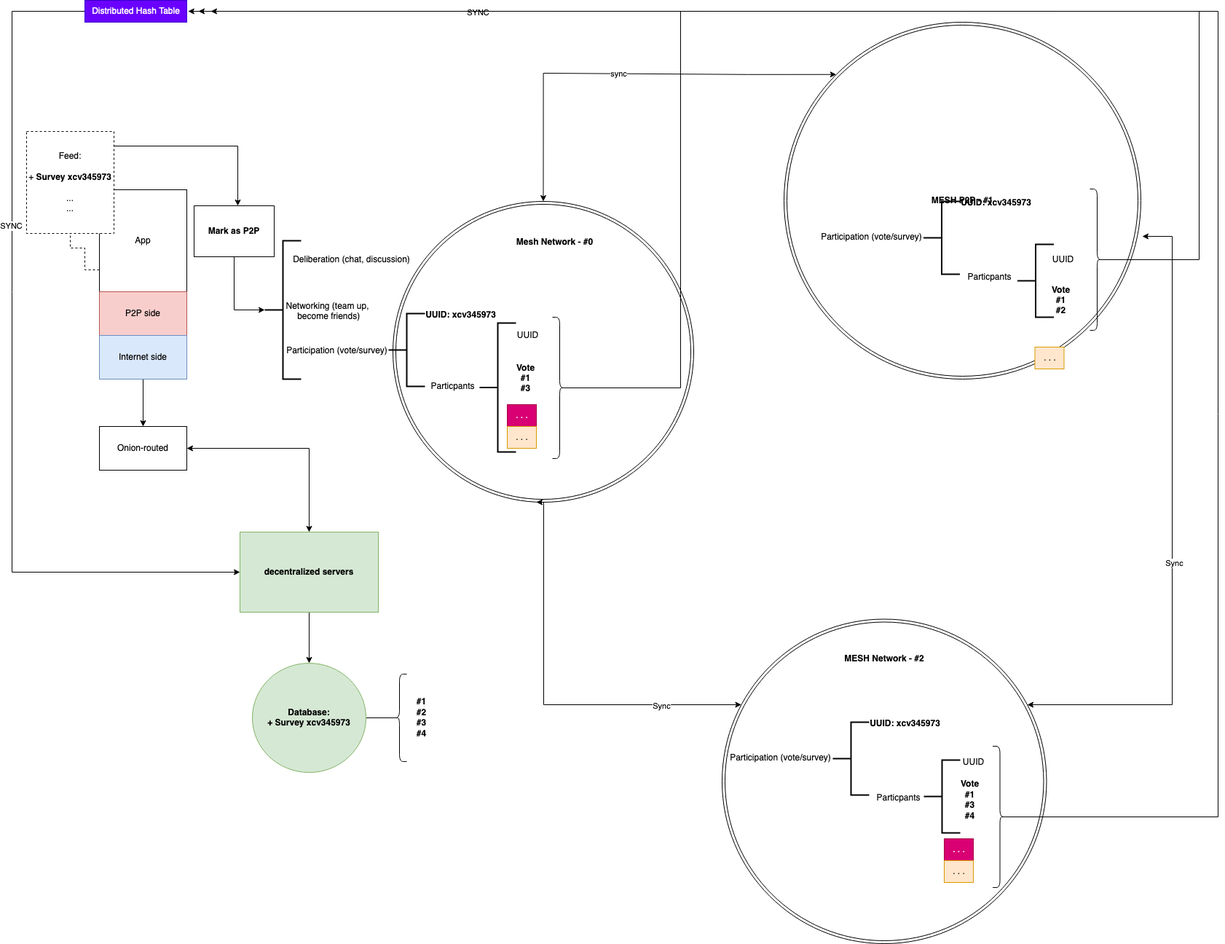
tcfev/Fordem keeps this draw.io diagram as .assets/forDem-P2P-DHT-Diagramm.drawio.png. Above is the earlier version. Source tidied: cells renumbered, new cells last; positions are measured from the earlier drawing's top-left corner, leaving out a move shared by most shapes.
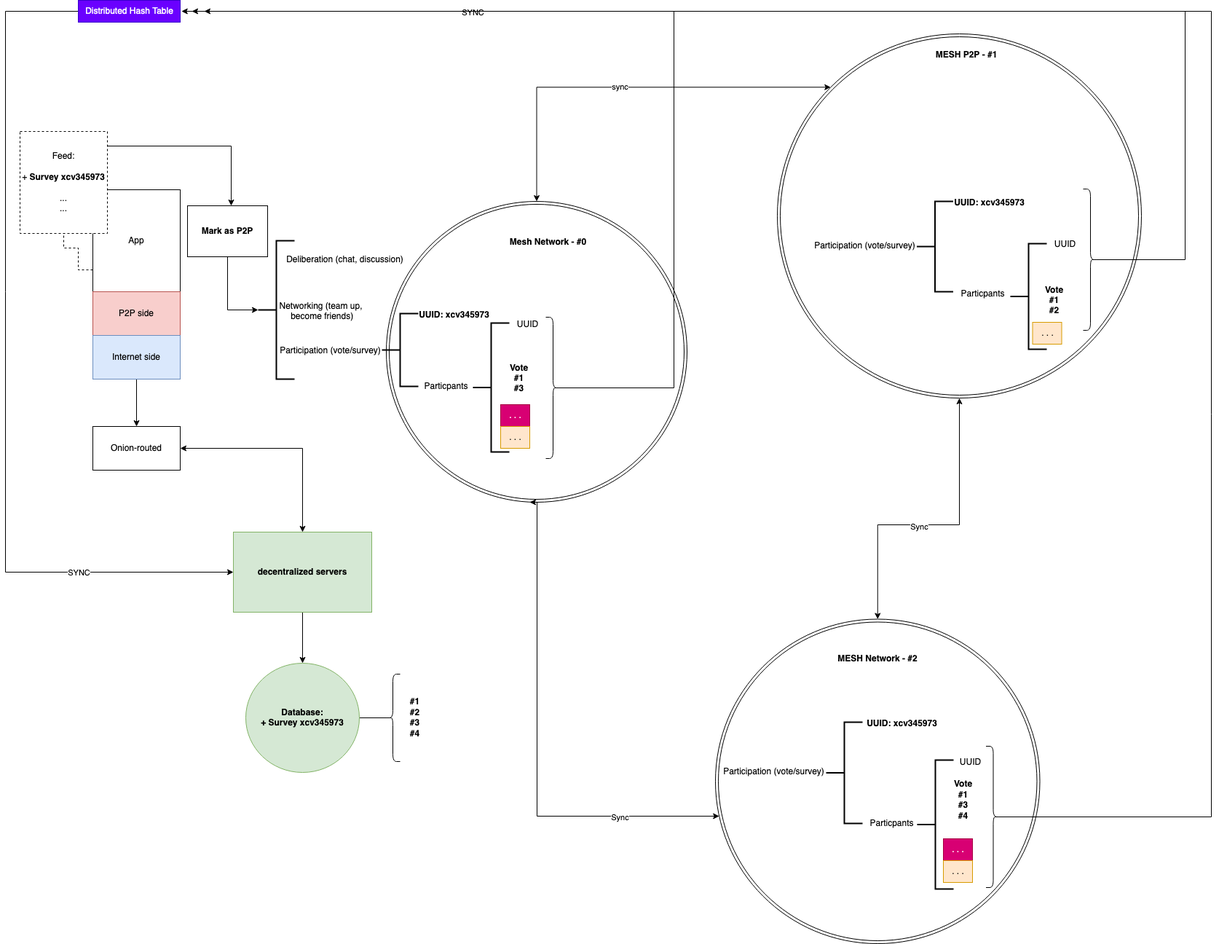
Above is the later version.

The edit, as a diff of the source:
```diff
@@ -14,7 +14,9 @@
       </mxGeometry>
     </mxCell>
     <mxCell id="4" value="SYNC" style="edgeLabel;html=1;align=center;verticalAlign=middle;" parent="3" vertex="1">
-      <mxGeometry x="-0.33" y="-2" relative="1" as="geometry" />
+      <mxGeometry x="-0.33" y="-2" relative="1" as="geometry">
+        <mxPoint x="102" y="475" as="offset" />
+      </mxGeometry>
     </mxCell>
     <mxCell id="5" value="Distributed Hash Table" style="text;html=1;align=center;verticalAlign=middle;points=[];strokeColor=#3700CC;fillColor=#6a00ff;fontColor=#ffffff;" parent="1" vertex="1">
       <mxGeometry x="100" width="140" height="30" as="geometry" />
@@ -68,7 +70,7 @@
       <mxGeometry x="642" y="443" width="50" height="177" as="geometry" />
     </mxCell>
     <mxCell id="20" value="UUID" style="text;html=1;align=center;verticalAlign=middle;strokeColor=none;fillColor=none;" parent="1" vertex="1">
-      <mxGeometry x="683" y="445" width="50" height="30" as="geometry" />
+      <mxGeometry x="692" y="430" width="50" height="30" as="geometry" />
     </mxCell>
     <mxCell id="21" value="&lt;div&gt;&lt;b&gt;Vote&lt;/b&gt;&lt;/div&gt;&lt;div&gt;&lt;b&gt;#1&lt;/b&gt;&lt;/div&gt;&lt;div&gt;&lt;b&gt;#3&lt;br&gt;&lt;/b&gt;&lt;/div&gt;" style="text;html=1;align=center;verticalAlign=middle;strokeColor=none;fillColor=none;" parent="1" vertex="1">
       <mxGeometry x="680" y="489" width="50" height="60" as="geometry" />
@@ -129,7 +131,7 @@
       <mxGeometry relative="1" as="geometry">
         <mxPoint x="720" y="689" as="targetPoint" />
         <Array as="points">
-          <mxPoint x="730" y="967" />
+          <mxPoint x="730" y="1120" />
           <mxPoint x="730" y="689" />
         </Array>
       </mxGeometry>
@@ -137,11 +139,11 @@
     <mxCell id="37" value="Sync" style="edgeLabel;html=1;align=center;verticalAlign=middle;" parent="36" vertex="1">
       <mxGeometry x="-0.6" y="1" relative="1" as="geometry" />
     </mxCell>
-    <mxCell id="38" style="edgeStyle=orthogonalEdgeStyle;rounded=0;jettySize=auto;html=1;entryX=1.004;entryY=0.6;entryDx=0;entryDy=0;startArrow=classic;startFill=1;entryPerimeter=0;" parent="1" edge="1" source="40" target="43">
+    <mxCell id="38" style="edgeStyle=orthogonalEdgeStyle;rounded=0;jettySize=auto;html=1;entryX=0.5;entryY=1;entryDx=0;entryDy=0;startArrow=classic;startFill=1;exitX=0.5;exitY=0;exitDx=0;exitDy=0;" parent="1" edge="1" source="40" target="43">
       <mxGeometry relative="1" as="geometry">
         <Array as="points">
-          <mxPoint x="1593" y="967" />
-          <mxPoint x="1593" y="324" />
+          <mxPoint x="1198" y="720" />
+          <mxPoint x="1310" y="720" />
         </Array>
       </mxGeometry>
     </mxCell>
@@ -154,8 +156,7 @@
     <mxCell id="41" style="edgeStyle=orthogonalEdgeStyle;rounded=0;jettySize=auto;html=1;entryX=0.5;entryY=0;entryDx=0;entryDy=0;startArrow=classic;startFill=1;exitX=0;exitY=0;exitDx=0;exitDy=0;" parent="1" edge="1" source="43" target="2">
       <mxGeometry relative="1" as="geometry">
         <Array as="points">
-          <mxPoint x="1010" y="100" />
-          <mxPoint x="730" y="100" />
+          <mxPoint x="730" y="119" />
         </Array>
       </mxGeometry>
     </mxCell>
@@ -164,66 +165,66 @@
         <mxPoint y="1" as="offset" />
       </mxGeometry>
     </mxCell>
-    <mxCell id="43" value="&lt;b&gt;MESH P2P - #1&lt;/b&gt;" style="ellipse;shape=doubleEllipse;whiteSpace=wrap;html=1;fillColor=none;" parent="1" vertex="1">
-      <mxGeometry x="1060" y="30" width="490" height="490" as="geometry" />
+    <mxCell id="43" style="ellipse;shape=doubleEllipse;whiteSpace=wrap;html=1;fillColor=none;" parent="1" vertex="1">
+      <mxGeometry x="1060" y="46" width="500" height="500" as="geometry" />
     </mxCell>
     <mxCell id="44" value="&lt;div&gt;Participation (vote/survey)&lt;/div&gt;&lt;div&gt;&lt;br&gt;&lt;/div&gt;" style="text;html=1;align=center;verticalAlign=middle;strokeColor=none;fillColor=none;" parent="1" vertex="1">
-      <mxGeometry x="975" y="1027" width="160" height="40" as="geometry" />
+      <mxGeometry x="975" y="1046" width="160" height="40" as="geometry" />
     </mxCell>
     <mxCell id="45" style="strokeWidth=2;html=1;shape=mxgraph.flowchart.annotation_2;align=left;labelPosition=right;" parent="1" vertex="1">
-      <mxGeometry x="1127" y="991" width="50" height="100" as="geometry" />
+      <mxGeometry x="1127" y="991" width="50" height="139" as="geometry" />
     </mxCell>
     <mxCell id="46" value="&lt;div&gt;&lt;b&gt;UUID: xcv345973&lt;br&gt;&lt;/b&gt;&lt;/div&gt;&lt;div&gt;&lt;b&gt;&lt;br&gt;&lt;/b&gt;&lt;/div&gt;" style="text;html=1;align=center;verticalAlign=middle;strokeColor=none;fillColor=none;" parent="1" vertex="1">
-      <mxGeometry x="1166" y="980" width="120" height="40" as="geometry" />
+      <mxGeometry x="1171" y="980" width="120" height="40" as="geometry" />
     </mxCell>
     <mxCell id="47" value="&lt;div&gt;Particpants&lt;/div&gt;&lt;div&gt;&lt;br&gt;&lt;/div&gt;" style="text;html=1;align=center;verticalAlign=middle;strokeColor=none;fillColor=none;" parent="1" vertex="1">
-      <mxGeometry x="1177" y="1082" width="80" height="40" as="geometry" />
+      <mxGeometry x="1177" y="1117" width="80" height="40" as="geometry" />
     </mxCell>
     <mxCell id="48" style="strokeWidth=2;html=1;shape=mxgraph.flowchart.annotation_2;align=left;labelPosition=right;" parent="1" vertex="1">
-      <mxGeometry x="1252" y="1043" width="50" height="100" as="geometry" />
+      <mxGeometry x="1252" y="1043" width="50" height="177" as="geometry" />
     </mxCell>
     <mxCell id="49" value="UUID" style="text;html=1;align=center;verticalAlign=middle;strokeColor=none;fillColor=none;" parent="1" vertex="1">
-      <mxGeometry x="1295" y="1031" width="50" height="30" as="geometry" />
+      <mxGeometry x="1300" y="1031" width="50" height="30" as="geometry" />
     </mxCell>
     <mxCell id="50" value="&lt;div&gt;&lt;b&gt;Vote&lt;/b&gt;&lt;/div&gt;&lt;div&gt;&lt;b&gt;#1&lt;/b&gt;&lt;/div&gt;&lt;div&gt;&lt;b&gt;#3&lt;br&gt;&lt;/b&gt;&lt;/div&gt;&lt;div&gt;&lt;b&gt;#4&lt;/b&gt;&lt;/div&gt;" style="text;html=1;align=center;verticalAlign=middle;strokeColor=none;fillColor=none;" parent="1" vertex="1">
       <mxGeometry x="1290" y="1063" width="50" height="70" as="geometry" />
     </mxCell>
     <mxCell id="51" value=". . ." style="text;html=1;align=center;verticalAlign=middle;strokeColor=#A50040;fillColor=#d80073;fontColor=#ffffff;" parent="1" vertex="1">
-      <mxGeometry x="1280" y="1151" width="40" height="30" as="geometry" />
+      <mxGeometry x="1288" y="1151" width="40" height="30" as="geometry" />
     </mxCell>
     <mxCell id="52" value=". . ." style="text;html=1;align=center;verticalAlign=middle;strokeColor=#d79b00;fillColor=#ffe6cc;" parent="1" vertex="1">
-      <mxGeometry x="1280" y="1181" width="40" height="30" as="geometry" />
+      <mxGeometry x="1288" y="1181" width="40" height="30" as="geometry" />
     </mxCell>
     <mxCell id="53" value="&lt;div&gt;Participation (vote/survey)&lt;/div&gt;&lt;div&gt;&lt;br&gt;&lt;/div&gt;" style="text;html=1;align=center;verticalAlign=middle;strokeColor=none;fillColor=none;" parent="1" vertex="1">
-      <mxGeometry x="1099.5" y="312" width="160" height="40" as="geometry" />
+      <mxGeometry x="1099.5" y="324" width="160" height="40" as="geometry" />
     </mxCell>
     <mxCell id="54" style="strokeWidth=2;html=1;shape=mxgraph.flowchart.annotation_2;align=left;labelPosition=right;" parent="1" vertex="1">
-      <mxGeometry x="1251.5" y="276" width="50" height="100" as="geometry" />
+      <mxGeometry x="1251.5" y="276" width="50" height="124" as="geometry" />
     </mxCell>
     <mxCell id="55" value="&lt;div&gt;&lt;b&gt;UUID: xcv345973&lt;br&gt;&lt;/b&gt;&lt;/div&gt;&lt;div&gt;&lt;b&gt;&lt;br&gt;&lt;/b&gt;&lt;/div&gt;" style="text;html=1;align=center;verticalAlign=middle;strokeColor=none;fillColor=none;" parent="1" vertex="1">
       <mxGeometry x="1290.5" y="265" width="120" height="40" as="geometry" />
     </mxCell>
     <mxCell id="56" value="&lt;div&gt;Particpants&lt;/div&gt;&lt;div&gt;&lt;br&gt;&lt;/div&gt;" style="text;html=1;align=center;verticalAlign=middle;strokeColor=none;fillColor=none;" parent="1" vertex="1">
-      <mxGeometry x="1301.5" y="367" width="80" height="40" as="geometry" />
+      <mxGeometry x="1301.5" y="390" width="80" height="40" as="geometry" />
     </mxCell>
     <mxCell id="57" style="strokeWidth=2;html=1;shape=mxgraph.flowchart.annotation_2;align=left;labelPosition=right;" parent="1" vertex="1">
-      <mxGeometry x="1380.5" y="335" width="50" height="100" as="geometry" />
+      <mxGeometry x="1380" y="334" width="50" height="145" as="geometry" />
     </mxCell>
     <mxCell id="58" value="UUID" style="text;html=1;align=center;verticalAlign=middle;strokeColor=none;fillColor=none;" parent="1" vertex="1">
-      <mxGeometry x="1417.5" y="341" width="50" height="30" as="geometry" />
+      <mxGeometry x="1429.5" y="320" width="50" height="30" as="geometry" />
     </mxCell>
     <mxCell id="59" value="&lt;div&gt;&lt;b&gt;Vote&lt;/b&gt;&lt;/div&gt;&lt;div&gt;&lt;b&gt;#1&lt;/b&gt;&lt;/div&gt;&lt;div&gt;&lt;b&gt;#2&lt;br&gt;&lt;/b&gt;&lt;/div&gt;" style="text;html=1;align=center;verticalAlign=middle;strokeColor=none;fillColor=none;" parent="1" vertex="1">
       <mxGeometry x="1414.5" y="382" width="50" height="60" as="geometry" />
     </mxCell>
     <mxCell id="60" value=". . ." style="text;html=1;align=center;verticalAlign=middle;strokeColor=#d79b00;fillColor=#ffe6cc;" parent="1" vertex="1">
-      <mxGeometry x="1404.5" y="476" width="40" height="30" as="geometry" />
+      <mxGeometry x="1410.5" y="442" width="40" height="30" as="geometry" />
     </mxCell>
     <mxCell id="61" style="edgeStyle=orthogonalEdgeStyle;rounded=0;jettySize=auto;html=1;exitX=0.1;exitY=0.5;exitDx=0;exitDy=0;exitPerimeter=0;" parent="1" edge="1" source="62">
       <mxGeometry relative="1" as="geometry">
         <mxPoint x="273" y="15" as="targetPoint" />
         <Array as="points">
-          <mxPoint x="1630" y="356" />
-          <mxPoint x="1630" y="15" />
+          <mxPoint x="1620" y="356" />
+          <mxPoint x="1620" y="15" />
         </Array>
       </mxGeometry>
     </mxCell>
@@ -254,5 +255,8 @@
     <mxCell id="68" value="&lt;b&gt;MESH Network - #2&lt;/b&gt;" style="text;html=1;strokeColor=none;fillColor=none;align=center;verticalAlign=middle;whiteSpace=wrap;rounded=0;dashed=1;" parent="1" vertex="1">
       <mxGeometry x="1137.8" y="889" width="120" height="30" as="geometry" />
     </mxCell>
+    <mxCell id="69" value="&lt;b&gt;MESH P2P - #1&lt;/b&gt;" style="text;html=1;strokeColor=none;fillColor=none;align=center;verticalAlign=middle;whiteSpace=wrap;rounded=0;dashed=1;" parent="1" vertex="1">
+      <mxGeometry x="1270" y="60" width="100" height="30" as="geometry" />
+    </mxCell>
   </root>
 </mxGraphModel>
```
